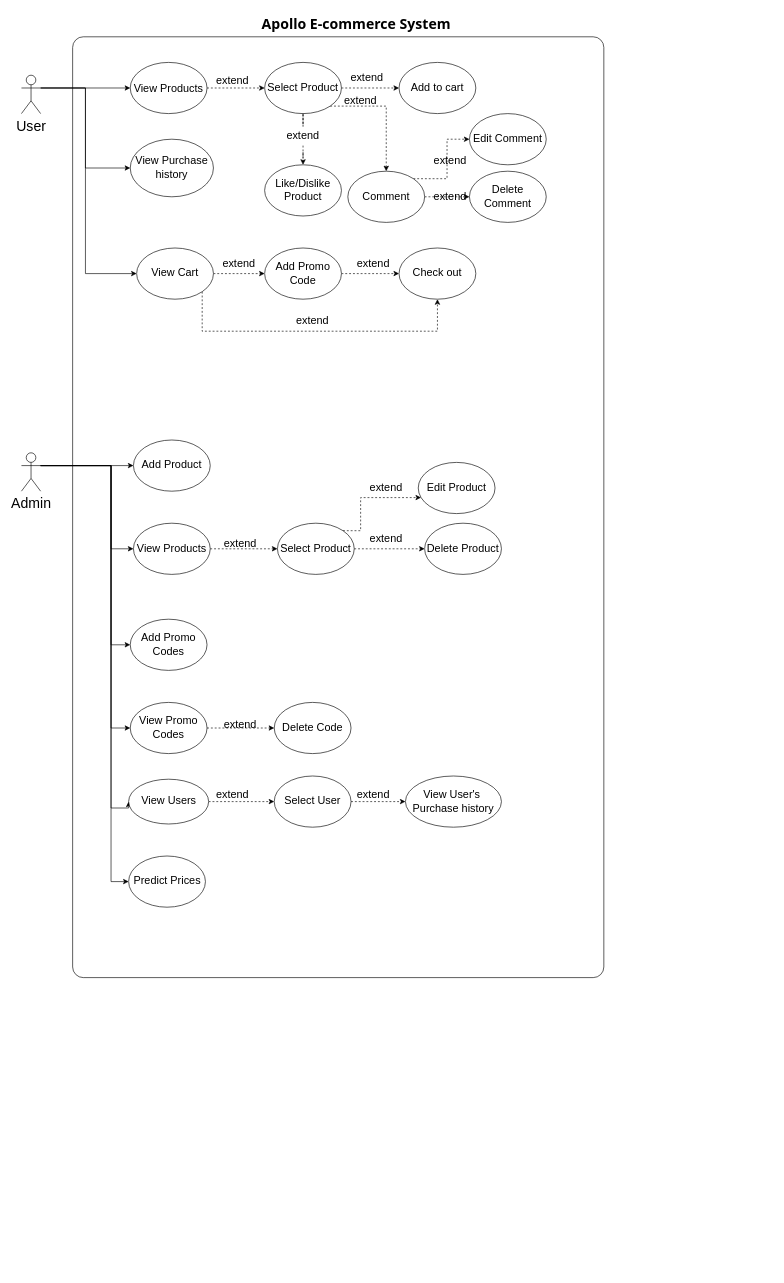
AhmadAboElzahab/Apollo keeps this draw.io diagram as Diagrams/Apollo UseCase .drawio. Above is the earlier version. Source tidied: cells renumbered, new cells numbered last; positions are measured from the earlier drawing's top-left corner, leaving out a move shared by most shapes. Both pictures are drawn from the tidied source at 64%, with x=0, y=0 at pixel (21, 11).
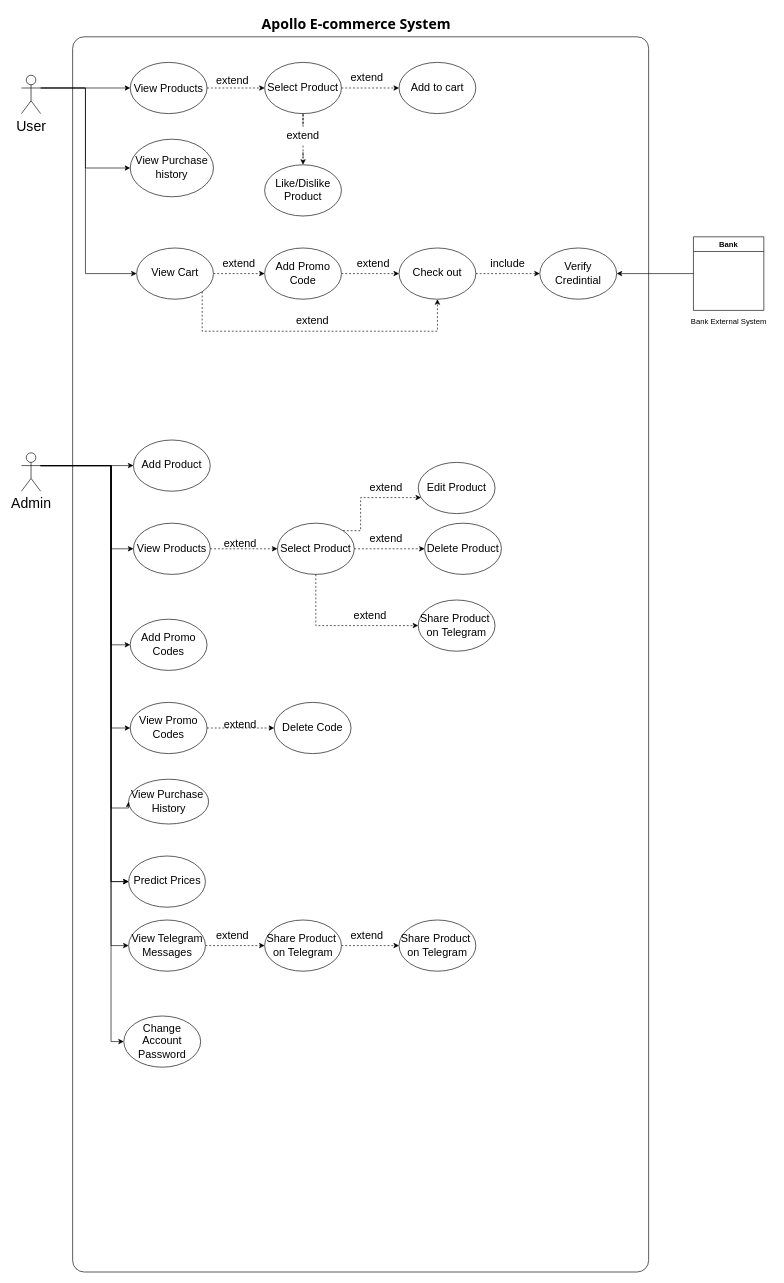
The same diagram, later.

Unchanged cells that the change refers to:
```xml
<mxCell id="13" value="Select Product" style="ellipse;whiteSpace=wrap;html=1;rounded=0;shadow=0;glass=0;labelBackgroundColor=none;sketch=0;fontSize=17;fontColor=#000000;fillColor=default;" parent="1" vertex="1">
  <mxGeometry x="380" y="80" width="120" height="80" as="geometry" />
</mxCell>
<mxCell id="31" value="Check out" style="ellipse;whiteSpace=wrap;html=1;rounded=0;shadow=0;glass=0;labelBackgroundColor=none;sketch=0;fontSize=17;fontColor=#000000;fillColor=default;" parent="1" vertex="1">
  <mxGeometry x="590" y="370" width="120" height="80" as="geometry" />
</mxCell>
<mxCell id="46" value="Select Product" style="ellipse;whiteSpace=wrap;html=1;rounded=0;shadow=0;glass=0;labelBackgroundColor=none;sketch=0;fontSize=17;fontColor=#000000;fillColor=default;" parent="1" vertex="1">
  <mxGeometry x="400" y="800" width="120" height="80" as="geometry" />
</mxCell>
```

The edit, as a diff of the source:
```diff
@@
     <mxCell id="2" style="rounded=1;whiteSpace=wrap;html=1;shadow=0;glass=0;sketch=0;fillColor=default;arcSize=2;" parent="1" vertex="1">
-      <mxGeometry x="80" y="40" width="830" height="1470" as="geometry" />
+      <mxGeometry x="80" y="40" width="900" height="1930" as="geometry" />
     </mxCell>
@@
-    <mxCell id="12" style="edgeStyle=orthogonalEdgeStyle;rounded=0;jettySize=auto;html=1;exitX=1;exitY=1;exitDx=0;exitDy=0;entryX=0.5;entryY=0;entryDx=0;entryDy=0;dashed=1;fontSize=17;fontColor=#000000;" parent="1" edge="1" source="13" target="20">
-      <mxGeometry relative="1" as="geometry" />
-    </mxCell>
@@
-    <mxCell id="18" style="edgeStyle=orthogonalEdgeStyle;rounded=0;jettySize=auto;html=1;exitX=1;exitY=0;exitDx=0;exitDy=0;entryX=0;entryY=0.5;entryDx=0;entryDy=0;dashed=1;" parent="1" edge="1" source="20" target="65">
-      <mxGeometry relative="1" as="geometry" />
-    </mxCell>
-    <mxCell id="19" style="edgeStyle=orthogonalEdgeStyle;rounded=0;jettySize=auto;html=1;exitX=1;exitY=0.5;exitDx=0;exitDy=0;entryX=0;entryY=0.5;entryDx=0;entryDy=0;dashed=1;" parent="1" edge="1" source="20" target="66">
-      <mxGeometry relative="1" as="geometry" />
-    </mxCell>
-    <mxCell id="20" value="Comment" style="ellipse;whiteSpace=wrap;html=1;rounded=0;shadow=0;glass=0;labelBackgroundColor=none;sketch=0;fontSize=17;fontColor=#000000;fillColor=default;" parent="1" vertex="1">
-      <mxGeometry x="510" y="250" width="120" height="80" as="geometry" />
-    </mxCell>
-    <mxCell id="21" value="extend" style="text;html=1;strokeColor=none;fillColor=none;align=center;verticalAlign=middle;whiteSpace=wrap;rounded=0;shadow=0;glass=0;labelBackgroundColor=none;sketch=0;fontSize=17;fontColor=#000000;" parent="1" vertex="1">
-      <mxGeometry x="500" y="125" width="60" height="30" as="geometry" />
-    </mxCell>
@@
+    <mxCell id="69" style="edgeStyle=orthogonalEdgeStyle;rounded=0;jettySize=auto;html=1;exitX=1;exitY=0.5;exitDx=0;exitDy=0;entryX=0;entryY=0.5;entryDx=0;entryDy=0;fontSize=17;dashed=1;" parent="1" edge="1" source="31" target="73">
+      <mxGeometry relative="1" as="geometry" />
+    </mxCell>
@@
-    <mxCell id="57" style="edgeStyle=orthogonalEdgeStyle;rounded=0;jettySize=auto;html=1;exitX=1;exitY=0.5;exitDx=0;exitDy=0;entryX=0;entryY=0.5;entryDx=0;entryDy=0;fontSize=17;fontColor=#000000;dashed=1;" parent="1" edge="1" source="58" target="60">
-      <mxGeometry relative="1" as="geometry" />
-    </mxCell>
-    <mxCell id="58" value="View Users" style="ellipse;whiteSpace=wrap;html=1;rounded=0;shadow=0;glass=0;labelBackgroundColor=none;sketch=0;fontSize=17;fontColor=#000000;fillColor=default;" parent="1" vertex="1">
+    <mxCell id="58" value="View Purchase&amp;nbsp;&lt;br&gt;History" style="ellipse;whiteSpace=wrap;html=1;rounded=0;shadow=0;glass=0;labelBackgroundColor=none;sketch=0;fontSize=17;fontColor=#000000;fillColor=default;" parent="1" vertex="1">
       <mxGeometry x="167.5" y="1200" width="125" height="70" as="geometry" />
     </mxCell>
-    <mxCell id="59" style="edgeStyle=orthogonalEdgeStyle;rounded=0;jettySize=auto;html=1;fontSize=17;fontColor=#000000;dashed=1;" parent="1" edge="1" source="60" target="62">
-      <mxGeometry relative="1" as="geometry" />
-    </mxCell>
-    <mxCell id="60" value="Select User" style="ellipse;whiteSpace=wrap;html=1;rounded=0;shadow=0;glass=0;labelBackgroundColor=none;sketch=0;fontSize=17;fontColor=#000000;fillColor=default;" parent="1" vertex="1">
-      <mxGeometry x="395" y="1195" width="120" height="80" as="geometry" />
-    </mxCell>
-    <mxCell id="61" value="extend" style="text;html=1;strokeColor=none;fillColor=none;align=center;verticalAlign=middle;whiteSpace=wrap;rounded=0;shadow=0;glass=0;labelBackgroundColor=none;sketch=0;fontSize=17;fontColor=#000000;" parent="1" vertex="1">
-      <mxGeometry x="300" y="1210" width="60" height="30" as="geometry" />
-    </mxCell>
-    <mxCell id="62" value="View User's&amp;nbsp; Purchase history" style="ellipse;whiteSpace=wrap;html=1;rounded=0;shadow=0;glass=0;labelBackgroundColor=none;sketch=0;fontSize=17;fontColor=#000000;fillColor=default;" parent="1" vertex="1">
-      <mxGeometry x="600" y="1195" width="150" height="80" as="geometry" />
-    </mxCell>
-    <mxCell id="63" value="extend" style="text;html=1;strokeColor=none;fillColor=none;align=center;verticalAlign=middle;whiteSpace=wrap;rounded=0;shadow=0;glass=0;labelBackgroundColor=none;sketch=0;fontSize=17;fontColor=#000000;" parent="1" vertex="1">
-      <mxGeometry x="520" y="1210" width="60" height="30" as="geometry" />
-    </mxCell>
@@
-    <mxCell id="65" value="Edit Comment" style="ellipse;whiteSpace=wrap;html=1;rounded=0;shadow=0;glass=0;labelBackgroundColor=none;sketch=0;fontSize=17;fontColor=#000000;fillColor=default;" parent="1" vertex="1">
-      <mxGeometry x="700" y="160" width="120" height="80" as="geometry" />
-    </mxCell>
-    <mxCell id="66" value="Delete Comment" style="ellipse;whiteSpace=wrap;html=1;rounded=0;shadow=0;glass=0;labelBackgroundColor=none;sketch=0;fontSize=17;fontColor=#000000;fillColor=default;" parent="1" vertex="1">
-      <mxGeometry x="700" y="250" width="120" height="80" as="geometry" />
-    </mxCell>
-    <mxCell id="67" value="extend" style="text;html=1;strokeColor=none;fillColor=none;align=center;verticalAlign=middle;whiteSpace=wrap;rounded=0;shadow=0;glass=0;labelBackgroundColor=none;sketch=0;fontSize=17;fontColor=#000000;" parent="1" vertex="1">
-      <mxGeometry x="640" y="220" width="60" height="30" as="geometry" />
-    </mxCell>
-    <mxCell id="68" value="extend" style="text;html=1;strokeColor=none;fillColor=none;align=center;verticalAlign=middle;whiteSpace=wrap;rounded=0;shadow=0;glass=0;labelBackgroundColor=none;sketch=0;fontSize=17;fontColor=#000000;" parent="1" vertex="1">
-      <mxGeometry x="640" y="275" width="60" height="30" as="geometry" />
-    </mxCell>
+    <mxCell id="70" style="edgeStyle=orthogonalEdgeStyle;rounded=0;jettySize=auto;html=1;exitX=0;exitY=0.5;exitDx=0;exitDy=0;fontSize=17;" parent="1" edge="1" source="71" target="73">
+      <mxGeometry relative="1" as="geometry" />
+    </mxCell>
+    <mxCell id="71" value="Bank" style="swimlane;" parent="1" vertex="1">
+      <mxGeometry x="1050" y="352.5" width="110" height="115" as="geometry" />
+    </mxCell>
+    <mxCell id="72" value="Bank External System" style="text;html=1;align=center;verticalAlign=middle;strokeColor=none;fillColor=none;" parent="1" vertex="1">
+      <mxGeometry x="1035" y="470" width="140" height="30" as="geometry" />
+    </mxCell>
+    <mxCell id="73" value="&lt;font style=&quot;font-size: 17px;&quot;&gt;Verify &lt;br&gt;Credintial&lt;/font&gt;" style="ellipse;whiteSpace=wrap;html=1;" parent="1" vertex="1">
+      <mxGeometry x="810" y="370" width="120" height="80" as="geometry" />
+    </mxCell>
+    <mxCell id="74" value="include" style="text;html=1;strokeColor=none;fillColor=none;align=center;verticalAlign=middle;whiteSpace=wrap;rounded=0;shadow=0;glass=0;labelBackgroundColor=none;sketch=0;fontSize=17;fontColor=#000000;" parent="1" vertex="1">
+      <mxGeometry x="730" y="380" width="60" height="30" as="geometry" />
+    </mxCell>
+    <mxCell id="75" style="edgeStyle=orthogonalEdgeStyle;rounded=0;jettySize=auto;html=1;exitX=1;exitY=0.5;exitDx=0;exitDy=0;dashed=1;" parent="1" edge="1" source="76" target="81">
+      <mxGeometry relative="1" as="geometry" />
+    </mxCell>
+    <mxCell id="76" value="View Telegram Messages" style="ellipse;whiteSpace=wrap;html=1;rounded=0;shadow=0;glass=0;labelBackgroundColor=none;sketch=0;fontSize=17;fontColor=#000000;fillColor=default;" parent="1" vertex="1">
+      <mxGeometry x="167.5" y="1420" width="120" height="80" as="geometry" />
+    </mxCell>
+    <mxCell id="77" value="Share Product&amp;nbsp;&lt;br&gt;on Telegram" style="ellipse;whiteSpace=wrap;html=1;rounded=0;shadow=0;glass=0;labelBackgroundColor=none;sketch=0;fontSize=17;fontColor=#000000;fillColor=default;" parent="1" vertex="1">
+      <mxGeometry x="620" y="920" width="120" height="80" as="geometry" />
+    </mxCell>
+    <mxCell id="78" style="edgeStyle=orthogonalEdgeStyle;rounded=0;jettySize=auto;html=1;dashed=1;fontSize=17;fontColor=#000000;exitX=0.5;exitY=1;exitDx=0;exitDy=0;" parent="1" edge="1" source="46" target="77">
+      <mxGeometry relative="1" as="geometry">
+        <Array as="points">
+          <mxPoint x="460" y="960" />
+        </Array>
+      </mxGeometry>
+    </mxCell>
+    <mxCell id="79" value="extend" style="text;html=1;strokeColor=none;fillColor=none;align=center;verticalAlign=middle;whiteSpace=wrap;rounded=0;shadow=0;glass=0;labelBackgroundColor=none;sketch=0;fontSize=17;fontColor=#000000;" parent="1" vertex="1">
+      <mxGeometry x="515" y="930" width="60" height="30" as="geometry" />
+    </mxCell>
+    <mxCell id="80" style="edgeStyle=orthogonalEdgeStyle;rounded=0;jettySize=auto;html=1;exitX=1;exitY=0.5;exitDx=0;exitDy=0;dashed=1;" parent="1" edge="1" source="81" target="82">
+      <mxGeometry relative="1" as="geometry" />
+    </mxCell>
+    <mxCell id="81" value="Share Product&amp;nbsp;&lt;br&gt;on Telegram" style="ellipse;whiteSpace=wrap;html=1;rounded=0;shadow=0;glass=0;labelBackgroundColor=none;sketch=0;fontSize=17;fontColor=#000000;fillColor=default;" parent="1" vertex="1">
+      <mxGeometry x="380" y="1420" width="120" height="80" as="geometry" />
+    </mxCell>
+    <mxCell id="82" value="Share Product&amp;nbsp;&lt;br&gt;on Telegram" style="ellipse;whiteSpace=wrap;html=1;rounded=0;shadow=0;glass=0;labelBackgroundColor=none;sketch=0;fontSize=17;fontColor=#000000;fillColor=default;" parent="1" vertex="1">
+      <mxGeometry x="590" y="1420" width="120" height="80" as="geometry" />
+    </mxCell>
+    <mxCell id="83" value="extend" style="text;html=1;strokeColor=none;fillColor=none;align=center;verticalAlign=middle;whiteSpace=wrap;rounded=0;shadow=0;glass=0;labelBackgroundColor=none;sketch=0;fontSize=17;fontColor=#000000;" parent="1" vertex="1">
+      <mxGeometry x="300" y="1430" width="60" height="30" as="geometry" />
+    </mxCell>
+    <mxCell id="84" value="extend" style="text;html=1;strokeColor=none;fillColor=none;align=center;verticalAlign=middle;whiteSpace=wrap;rounded=0;shadow=0;glass=0;labelBackgroundColor=none;sketch=0;fontSize=17;fontColor=#000000;" parent="1" vertex="1">
+      <mxGeometry x="510" y="1430" width="60" height="30" as="geometry" />
+    </mxCell>
+    <mxCell id="85" style="edgeStyle=orthogonalEdgeStyle;rounded=0;orthogonalLoop=1;jettySize=auto;html=1;exitX=1;exitY=0.3333333333333333;exitDx=0;exitDy=0;exitPerimeter=0;entryX=0;entryY=0.5;entryDx=0;entryDy=0;fontSize=17;fontColor=#000000;" parent="1" edge="1">
+      <mxGeometry relative="1" as="geometry">
+        <mxPoint x="30" y="710" as="sourcePoint" />
+        <mxPoint x="167.5" y="1360" as="targetPoint" />
+        <Array as="points">
+          <mxPoint x="140" y="710" />
+          <mxPoint x="140" y="1360" />
+        </Array>
+      </mxGeometry>
+    </mxCell>
+    <mxCell id="86" style="edgeStyle=orthogonalEdgeStyle;rounded=0;jettySize=auto;html=1;entryX=0;entryY=0.5;entryDx=0;entryDy=0;fontSize=17;fontColor=#000000;" parent="1" edge="1" target="76">
+      <mxGeometry relative="1" as="geometry">
+        <mxPoint x="30" y="710" as="sourcePoint" />
+        <Array as="points">
+          <mxPoint x="40" y="710" />
+          <mxPoint x="140" y="710" />
+          <mxPoint x="140" y="1460" />
+        </Array>
+      </mxGeometry>
+    </mxCell>
+    <mxCell id="87" style="edgeStyle=orthogonalEdgeStyle;rounded=0;jettySize=auto;html=1;fontSize=17;fontColor=#000000;" parent="1" edge="1" target="88">
+      <mxGeometry relative="1" as="geometry">
+        <mxPoint x="30" y="709.9" as="sourcePoint" />
+        <Array as="points">
+          <mxPoint x="140" y="710" />
+          <mxPoint x="140" y="1610" />
+        </Array>
+      </mxGeometry>
+    </mxCell>
+    <mxCell id="88" value="Change Account Password" style="ellipse;whiteSpace=wrap;html=1;rounded=0;shadow=0;glass=0;labelBackgroundColor=none;sketch=0;fontSize=17;fontColor=#000000;fillColor=default;" parent="1" vertex="1">
+      <mxGeometry x="160" y="1570" width="120" height="80" as="geometry" />
+    </mxCell>
```
